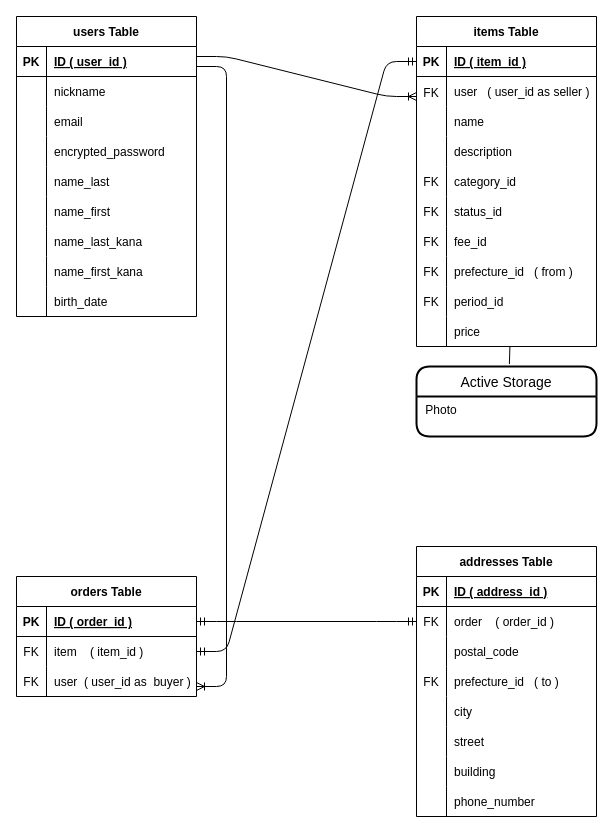
Earlier version of the draw.io diagram ER.dio (Koi115/furima-39258). Source tidied: cells renumbered, new cells numbered last; positions are measured from the earlier drawing's top-left corner, leaving out a move shared by most shapes. Both pictures are drawn from the tidied source at 100%, with x=0, y=0 at pixel (16, 16).
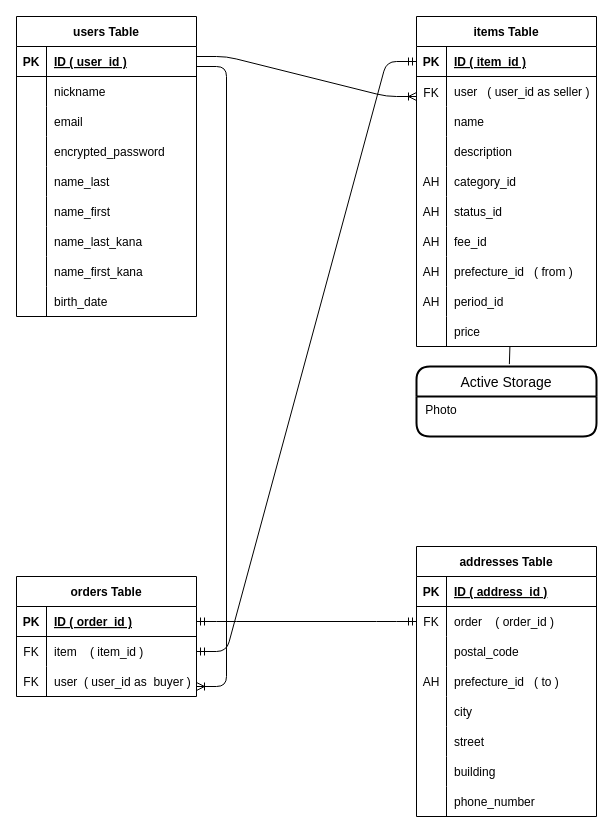
After the change.

Unchanged cells that the change refers to:
```xml
<mxCell id="43" style="shape=tableRow;horizontal=0;startSize=0;swimlaneHead=0;swimlaneBody=0;fillColor=none;top=0;left=0;right=0;bottom=0;" parent="30" vertex="1">
  <mxGeometry y="150" width="180" height="30" as="geometry" />
</mxCell>
<mxCell id="46" style="shape=tableRow;horizontal=0;startSize=0;swimlaneHead=0;swimlaneBody=0;fillColor=none;top=0;left=0;right=0;bottom=0;" parent="30" vertex="1">
  <mxGeometry y="180" width="180" height="30" as="geometry" />
</mxCell>
<mxCell id="49" style="shape=tableRow;horizontal=0;startSize=0;swimlaneHead=0;swimlaneBody=0;fillColor=none;top=0;left=0;right=0;bottom=0;" parent="30" vertex="1">
  <mxGeometry y="210" width="180" height="30" as="geometry" />
</mxCell>
<mxCell id="52" style="shape=tableRow;horizontal=0;startSize=0;swimlaneHead=0;swimlaneBody=0;fillColor=none;top=0;left=0;right=0;bottom=0;" parent="30" vertex="1">
  <mxGeometry y="240" width="180" height="30" as="geometry" />
</mxCell>
<mxCell id="55" style="shape=tableRow;horizontal=0;startSize=0;swimlaneHead=0;swimlaneBody=0;fillColor=none;top=0;left=0;right=0;bottom=0;" parent="30" vertex="1">
  <mxGeometry y="270" width="180" height="30" as="geometry" />
</mxCell>
<mxCell id="84" style="shape=tableRow;horizontal=0;startSize=0;swimlaneHead=0;swimlaneBody=0;fillColor=none;top=0;left=0;right=0;bottom=0;" parent="74" vertex="1">
  <mxGeometry y="120" width="180" height="30" as="geometry" />
</mxCell>
```

Diff of the diagram source:
```diff
@@
-    <mxCell id="44" value="FK" style="shape=partialRectangle;fillColor=none;top=0;left=0;bottom=0;right=0;fontStyle=0;overflow=hidden;" parent="43" vertex="1">
+    <mxCell id="44" value="AH" style="shape=partialRectangle;fillColor=none;top=0;left=0;bottom=0;right=0;fontStyle=0;overflow=hidden;" parent="43" vertex="1">
       <mxGeometry width="30" height="30" as="geometry" />
     </mxCell>
@@
-    <mxCell id="47" value="FK" style="shape=partialRectangle;fillColor=none;top=0;left=0;bottom=0;right=0;fontStyle=0;overflow=hidden;" parent="46" vertex="1">
+    <mxCell id="47" value="AH" style="shape=partialRectangle;fillColor=none;top=0;left=0;bottom=0;right=0;fontStyle=0;overflow=hidden;" parent="46" vertex="1">
       <mxGeometry width="30" height="30" as="geometry" />
     </mxCell>
@@
-    <mxCell id="50" value="FK" style="shape=partialRectangle;fillColor=none;top=0;left=0;bottom=0;right=0;fontStyle=0;overflow=hidden;" parent="49" vertex="1">
+    <mxCell id="50" value="AH" style="shape=partialRectangle;fillColor=none;top=0;left=0;bottom=0;right=0;fontStyle=0;overflow=hidden;" parent="49" vertex="1">
       <mxGeometry width="30" height="30" as="geometry" />
     </mxCell>
@@
-    <mxCell id="53" value="FK" style="shape=partialRectangle;fillColor=none;top=0;left=0;bottom=0;right=0;fontStyle=0;overflow=hidden;" parent="52" vertex="1">
+    <mxCell id="53" value="AH" style="shape=partialRectangle;fillColor=none;top=0;left=0;bottom=0;right=0;fontStyle=0;overflow=hidden;" parent="52" vertex="1">
       <mxGeometry width="30" height="30" as="geometry" />
     </mxCell>
@@
-    <mxCell id="56" value="FK" style="shape=partialRectangle;fillColor=none;top=0;left=0;bottom=0;right=0;fontStyle=0;overflow=hidden;" parent="55" vertex="1">
+    <mxCell id="56" value="AH" style="shape=partialRectangle;fillColor=none;top=0;left=0;bottom=0;right=0;fontStyle=0;overflow=hidden;" parent="55" vertex="1">
       <mxGeometry width="30" height="30" as="geometry" />
     </mxCell>
@@
-    <mxCell id="85" value="FK" style="shape=partialRectangle;fillColor=none;top=0;left=0;bottom=0;right=0;fontStyle=0;overflow=hidden;" parent="84" vertex="1">
+    <mxCell id="85" value="AH" style="shape=partialRectangle;fillColor=none;top=0;left=0;bottom=0;right=0;fontStyle=0;overflow=hidden;" parent="84" vertex="1">
       <mxGeometry width="30" height="30" as="geometry" />
     </mxCell>
```
